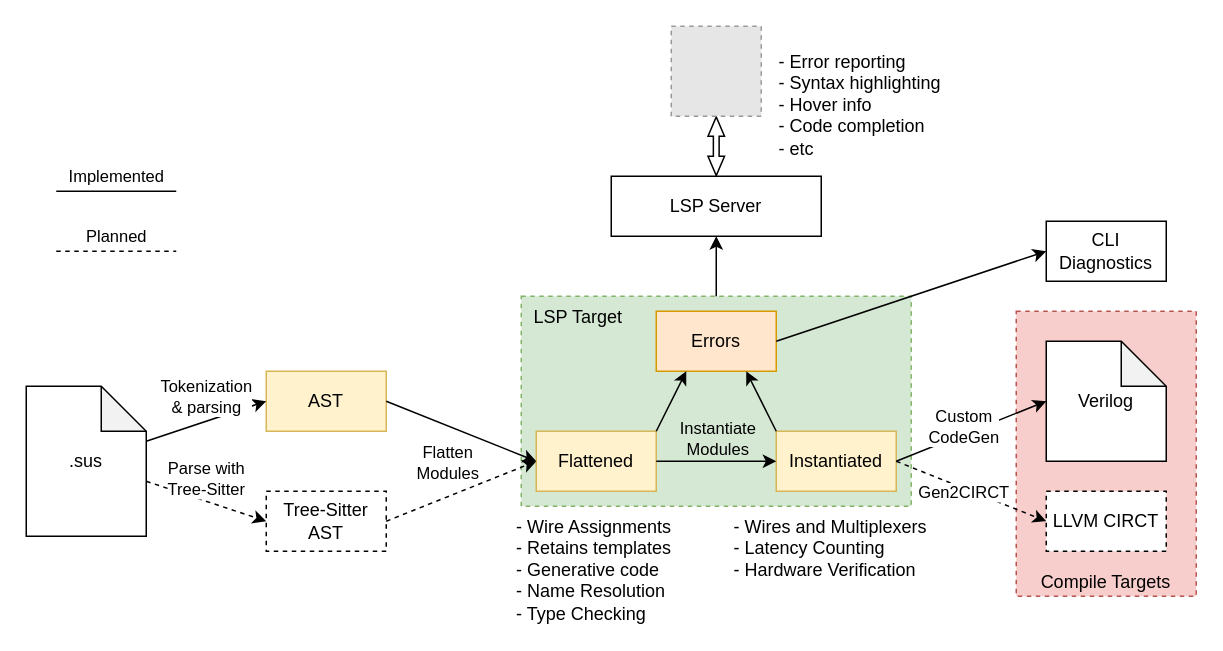
Before: philosophy/images/susArchitecture.drawio in pc2/sus-compiler, a draw.io diagram. Source tidied: cells renumbered, new cells numbered last; positions are measured from the earlier drawing's top-left corner, leaving out a move shared by most shapes. Both pictures are drawn from the tidied source at 150%, with x=0, y=0 at pixel (26, 26). Pictures stored in the file or linked from it are replaced by grey dashed boxes.
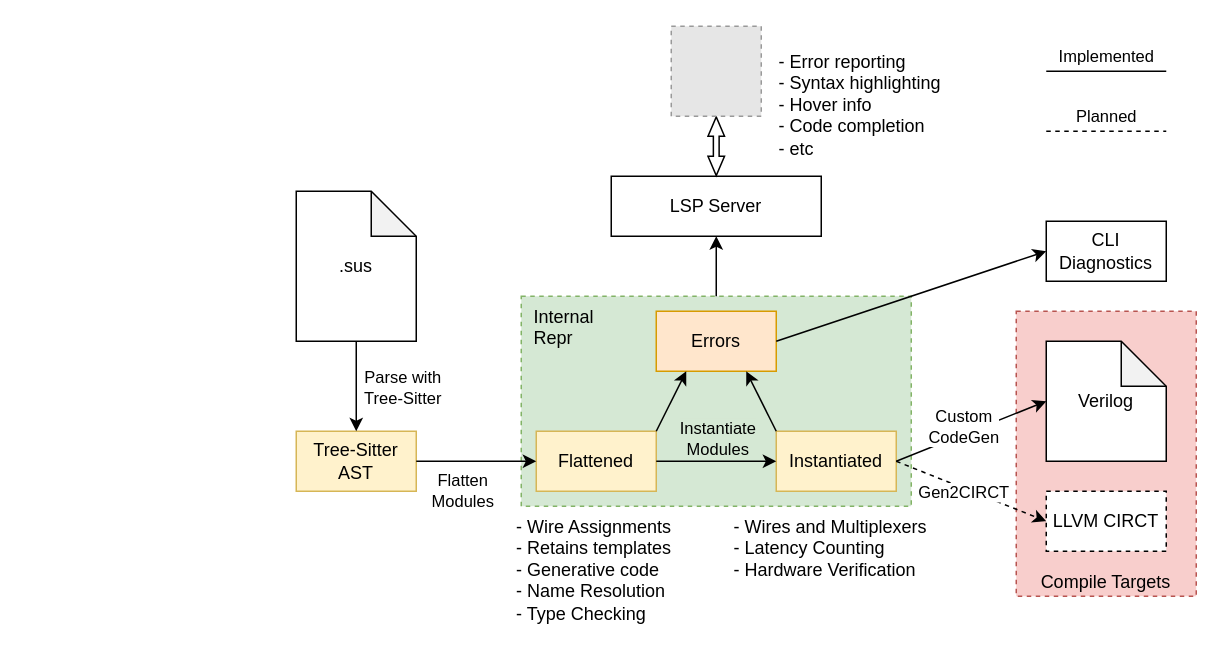
The same page after the edit.

Commit message (it also covers changes not shown here):
Update SUS Compiler Architecture

The change refers to these unchanged cells:
```xml
<mxCell id="8" value="Flattened" style="rounded=0;whiteSpace=wrap;html=1;fillColor=#fff2cc;strokeColor=#d6b656;" parent="1" vertex="1">
  <mxGeometry x="340" y="270" width="80" height="40" as="geometry" />
</mxCell>
```

What changed in the source:
```diff
@@
-    <mxCell id="2" value="&amp;nbsp; LSP Target" style="rounded=0;whiteSpace=wrap;html=1;fillColor=#d5e8d4;strokeColor=#82b366;dashed=1;verticalAlign=top;align=left;" parent="1" vertex="1">
+    <mxCell id="2" value="&amp;nbsp; Internal&lt;br&gt;&amp;nbsp; Repr" style="rounded=0;whiteSpace=wrap;html=1;fillColor=#d5e8d4;strokeColor=#82b366;dashed=1;verticalAlign=top;align=left;" parent="1" vertex="1">
       <mxGeometry x="330" y="180" width="260" height="140" as="geometry" />
     </mxCell>
@@
-    <mxCell id="4" value="AST" style="rounded=0;whiteSpace=wrap;html=1;fillColor=#fff2cc;strokeColor=#d6b656;" parent="1" vertex="1">
-      <mxGeometry x="160" y="230" width="80" height="40" as="geometry" />
+    <mxCell id="4" value="Tree-Sitter&lt;br style=&quot;border-color: var(--border-color);&quot;&gt;AST" style="rounded=0;whiteSpace=wrap;html=1;fillColor=#fff2cc;strokeColor=#d6b656;" parent="1" vertex="1">
+      <mxGeometry x="180" y="270" width="80" height="40" as="geometry" />
     </mxCell>
     <mxCell id="5" value=".sus" style="shape=note;whiteSpace=wrap;html=1;backgroundOutline=1;darkOpacity=0.05;" parent="1" vertex="1">
-      <mxGeometry y="240" width="80" height="100" as="geometry" />
+      <mxGeometry x="180" y="110" width="80" height="100" as="geometry" />
     </mxCell>
-    <mxCell id="6" style="endArrow=classic;html=1;rounded=0;entryX=0;entryY=0.5;entryDx=0;entryDy=0;" parent="1" edge="1" source="5" target="4">
+    <mxCell id="6" style="endArrow=classic;html=1;rounded=0;entryX=0.5;entryY=0;entryDx=0;entryDy=0;" parent="1" edge="1" source="5" target="4">
       <mxGeometry relative="1" as="geometry" />
     </mxCell>
-    <mxCell id="7" value="Tokenization&lt;br&gt;&amp;amp; parsing" style="edgeLabel;html=1;align=center;verticalAlign=middle;" parent="6" vertex="1">
+    <mxCell id="7" value="Parse with&lt;br style=&quot;border-color: var(--border-color);&quot;&gt;Tree-Sitter" style="edgeLabel;html=1;align=center;verticalAlign=middle;" parent="6" vertex="1">
       <mxGeometry x="0.07" relative="1" as="geometry">
-        <mxPoint x="-3" y="-16" as="offset" />
+        <mxPoint x="30" y="-2" as="offset" />
       </mxGeometry>
     </mxCell>
@@
-    <mxCell id="21" value="Tree-Sitter&lt;br&gt;AST" style="rounded=0;whiteSpace=wrap;html=1;dashed=1;" parent="1" vertex="1">
-      <mxGeometry x="160" y="310" width="80" height="40" as="geometry" />
-    </mxCell>
-    <mxCell id="22" style="endArrow=classic;html=1;rounded=0;entryX=0;entryY=0.5;entryDx=0;entryDy=0;exitX=1;exitY=0.5;exitDx=0;exitDy=0;dashed=1;" parent="1" edge="1" source="21" target="8">
-      <mxGeometry relative="1" as="geometry" />
-    </mxCell>
-    <mxCell id="23" style="endArrow=classic;html=1;rounded=0;entryX=0;entryY=0.5;entryDx=0;entryDy=0;dashed=1;" parent="1" edge="1" source="5" target="21">
-      <mxGeometry relative="1" as="geometry" />
-    </mxCell>
-    <mxCell id="24" value="Parse with&lt;br&gt;Tree-Sitter" style="edgeLabel;html=1;align=center;verticalAlign=middle;" parent="23" vertex="1">
-      <mxGeometry x="0.07" relative="1" as="geometry">
-        <mxPoint x="-3" y="-16" as="offset" />
-      </mxGeometry>
-    </mxCell>
@@
     <mxCell id="36" value="Planned" style="endArrow=none;html=1;rounded=0;dashed=1;endFill=0;" parent="1" edge="1">
       <mxGeometry y="10" relative="1" as="geometry">
-        <mxPoint x="20" y="150" as="sourcePoint" />
-        <mxPoint x="100" y="150" as="targetPoint" />
+        <mxPoint x="680" y="70" as="sourcePoint" />
+        <mxPoint x="760" y="70" as="targetPoint" />
       </mxGeometry>
     </mxCell>
     <mxCell id="37" value="Implemented" style="endArrow=none;html=1;rounded=0;endFill=0;" parent="1" edge="1">
       <mxGeometry y="10" relative="1" as="geometry">
-        <mxPoint x="20" y="110" as="sourcePoint" />
-        <mxPoint x="100" y="110" as="targetPoint" />
+        <mxPoint x="680" y="30" as="sourcePoint" />
+        <mxPoint x="760" y="30" as="targetPoint" />
       </mxGeometry>
     </mxCell>
```
